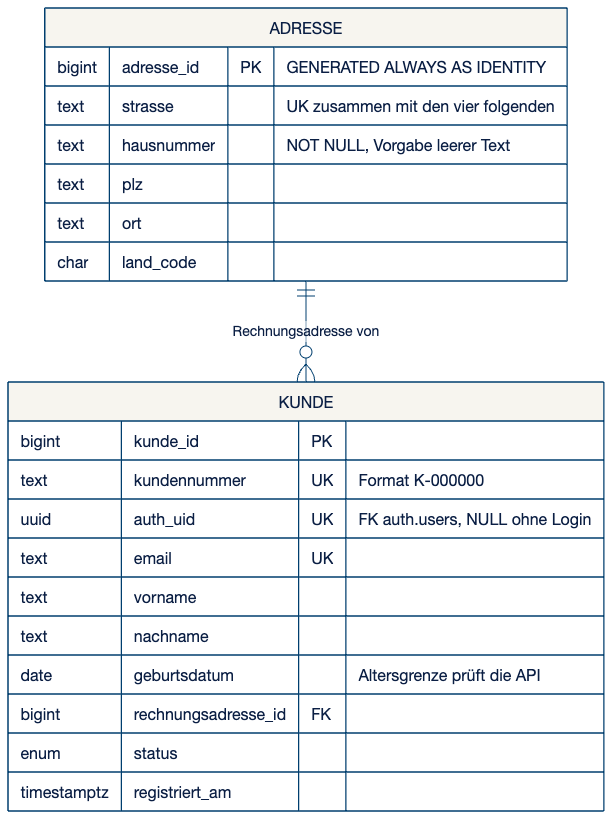
Above: slides/assets/rel-a-geschaeftspartner.png in swrobuts/velocity-fallstudie (Mermaid), before the change. Its source is kept beside it as doku/datenmodell/erd/rel-a-geschaeftspartner.mmd.
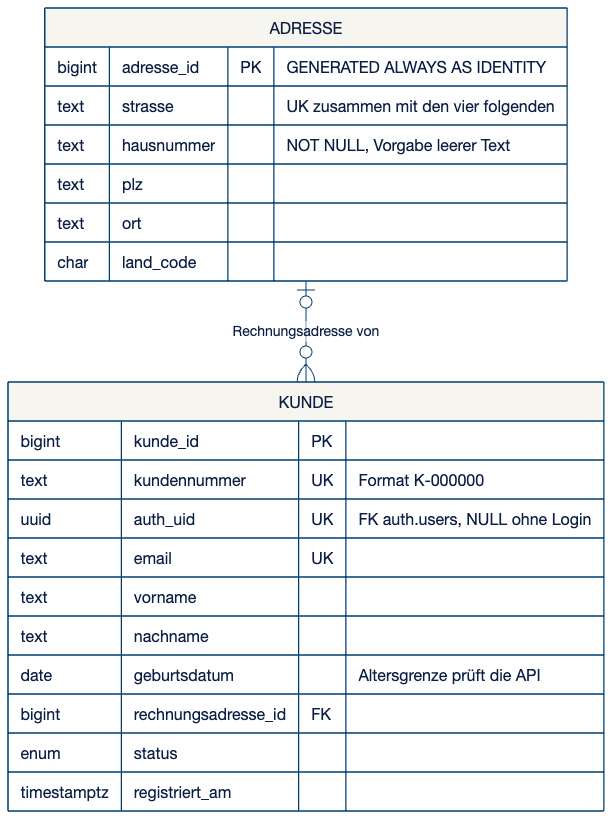
Above is the later version.

Change to the diagram source:
```diff
@@ -1,5 +1,5 @@
 erDiagram
-    ADRESSE ||--o{ KUNDE : "Rechnungsadresse von"
+    ADRESSE |o--o{ KUNDE : "Rechnungsadresse von"
 
     ADRESSE {
         bigint  adresse_id  PK "GENERATED ALWAYS AS IDENTITY"
```
